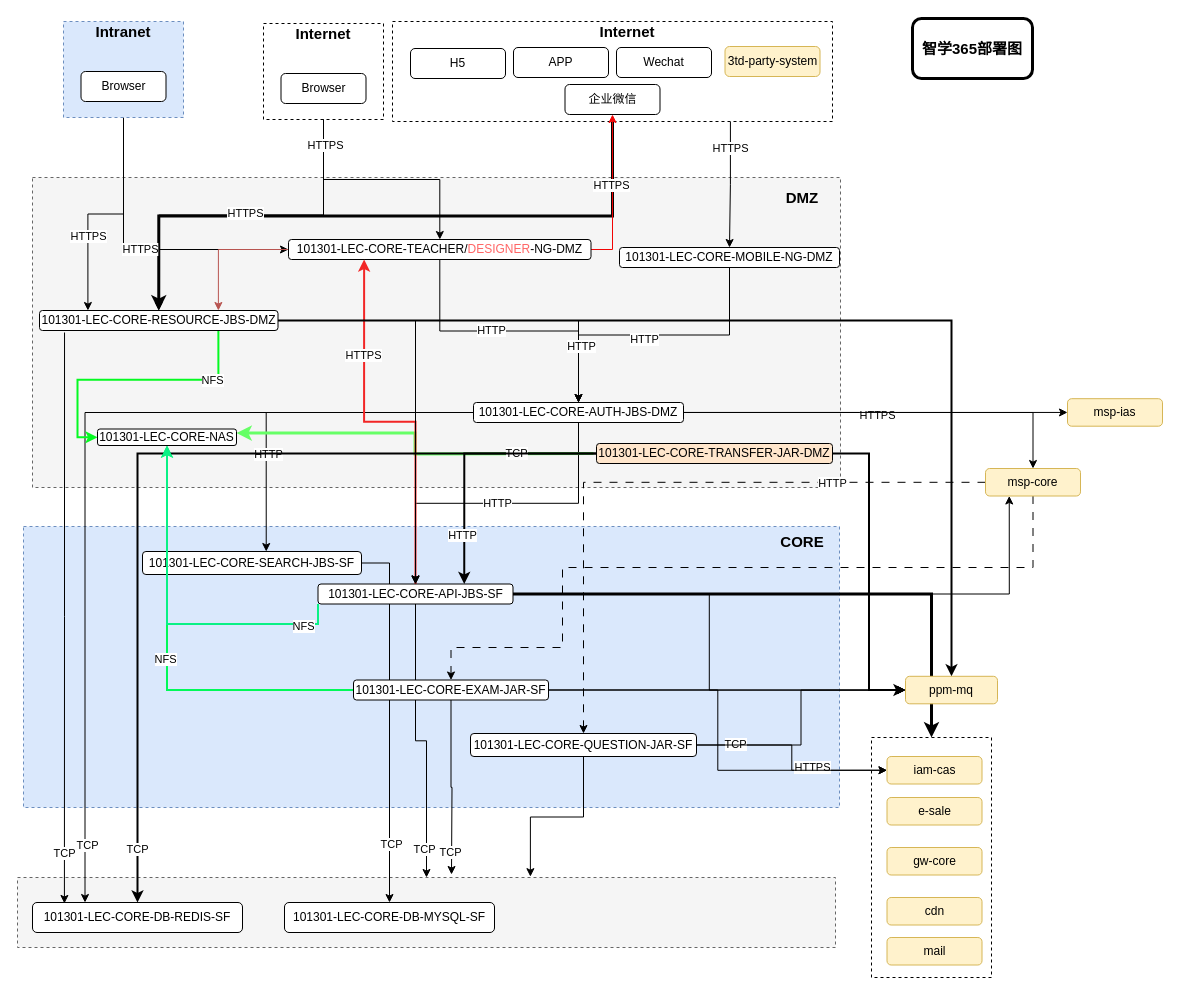
Above: page "第 2 页" (2 of 2) of 部署逻辑图.drawio in rainerpiao/cloud-computing (draw.io), before the change. Source tidied: cells renumbered, new cells numbered last; positions are measured from the earlier drawing's top-left corner, leaving out a move shared by most shapes. Both pictures are drawn from the tidied source at 100%, with x=0, y=0 at pixel (17, 18).
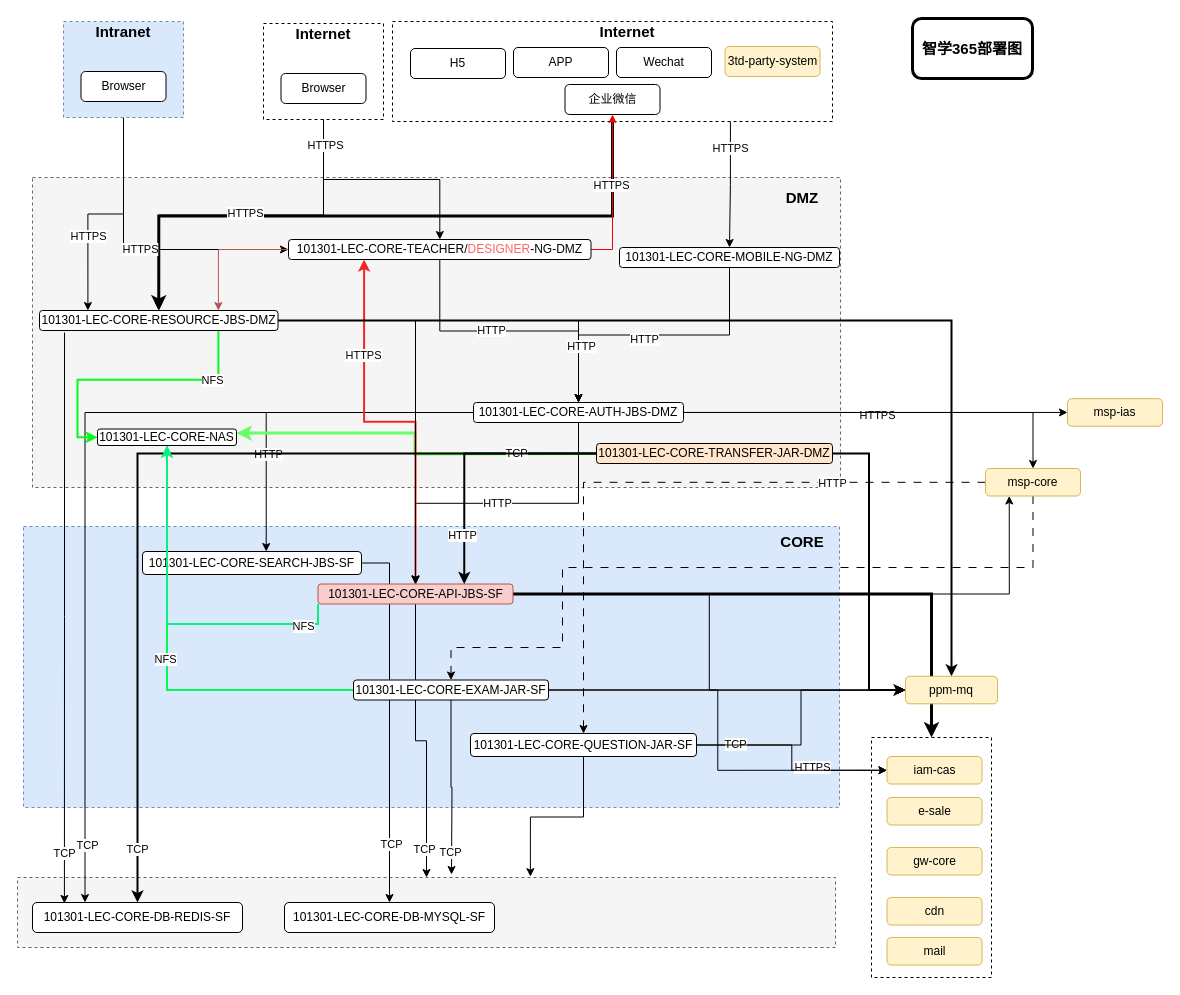
The same diagram, later.

Commit message:
更新部署逻辑图.drawio

The edit, as a diff of the source:
```diff
@@
-    <mxCell id="58" value="101301-LEC-CORE-API-JBS-SF" style="rounded=1;whiteSpace=wrap;html=1;strokeColor=default;fontFamily=Helvetica;fontSize=12;fontColor=default;fillColor=default;" parent="1" vertex="1">
+    <mxCell id="58" value="101301-LEC-CORE-API-JBS-SF" style="rounded=1;whiteSpace=wrap;html=1;strokeColor=#b85450;fontFamily=Helvetica;fontSize=12;fillColor=#f8cecc;" parent="1" vertex="1">
       <mxGeometry x="300.5" y="565.5" width="195" height="20" as="geometry" />
     </mxCell>
```
